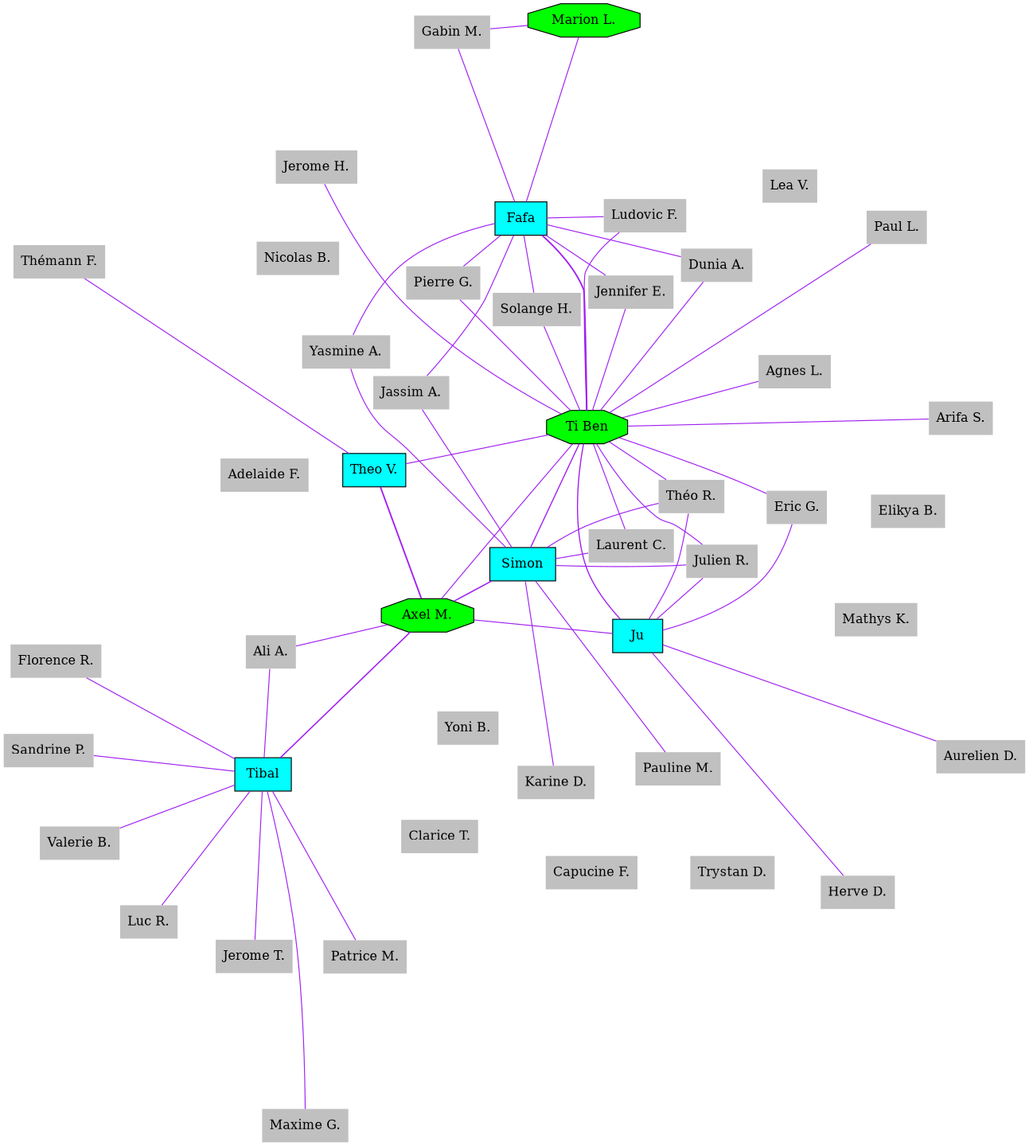
This is jumpers_BI-PLACES.dot.png from GuilhemRep/sauts, a Graphviz export, as it was before one commit. Its source is kept beside it as jumpers_BI-PLACES.dot.
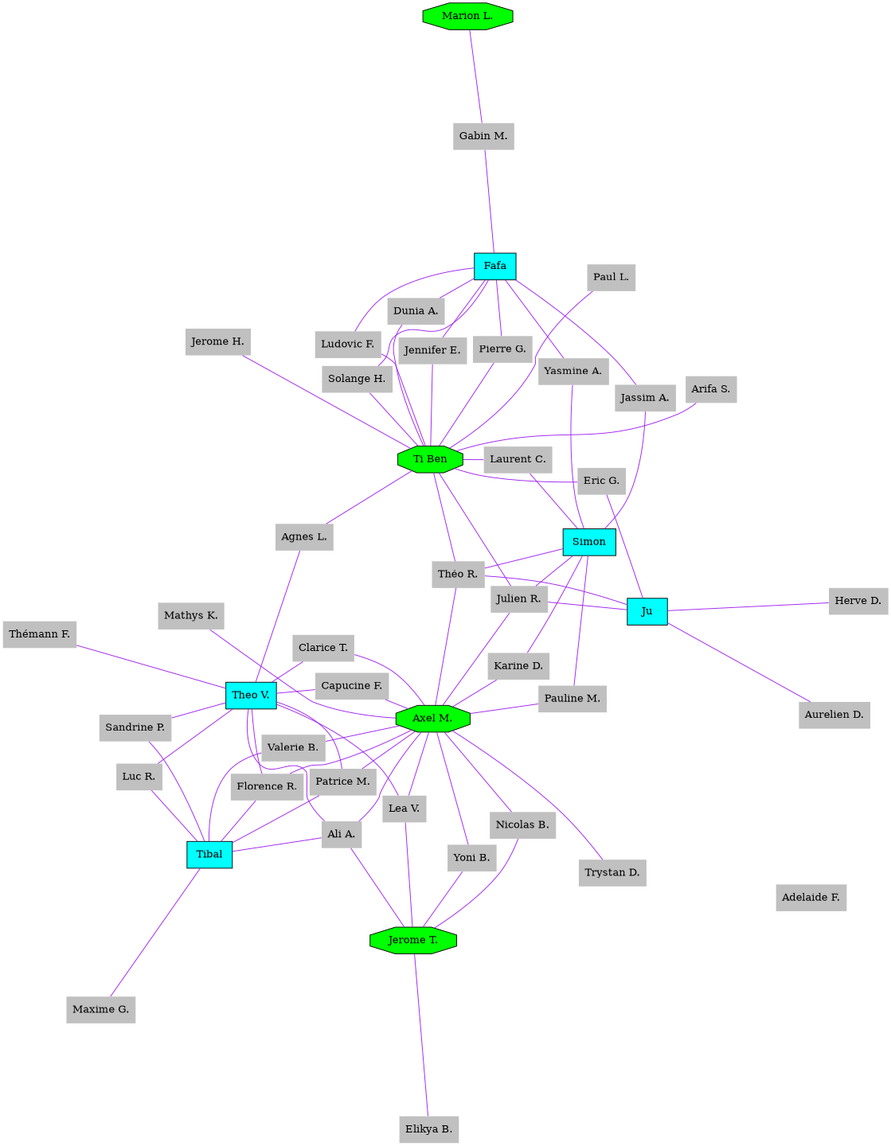
Later version of the same file.

Diff of the diagram source:
```diff
@@ -1,85 +1,83 @@
 graph Jumpers {
 	graph [overlap=false ratio=1 size="15,15" splines=true]
+	"Valerie B." [fillcolor=gray shape=none style=filled]
+	"Laurent C." [fillcolor=gray shape=none style=filled]
+	"Theo V." [fillcolor=cyan shape=rectangle style=filled]
+	"Jennifer E." [fillcolor=gray shape=none style=filled]
+	"Gabin M." [fillcolor=gray shape=none style=filled]
+	"Elikya B." [fillcolor=gray shape=none style=filled]
+	" Ju " [fillcolor=cyan shape=rectangle style=filled]
+	"Aurelien D." [fillcolor=gray shape=none style=filled]
+	"Capucine F." [fillcolor=gray shape=none style=filled]
+	"Pauline M." [fillcolor=gray shape=none style=filled]
 	" Simon " [fillcolor=cyan shape=rectangle style=filled]
+	"Sandrine P." [fillcolor=gray shape=none style=filled]
+	"Patrice M." [fillcolor=gray shape=none style=filled]
+	"Paul L." [fillcolor=gray shape=none style=filled]
+	"Agnes L." [fillcolor=gray shape=none style=filled]
 	"Yoni B." [fillcolor=gray shape=none style=filled]
+	"Arifa S." [fillcolor=gray shape=none style=filled]
+	"Ludovic F." [fillcolor=gray shape=none style=filled]
+	"Mathys K." [fillcolor=gray shape=none style=filled]
+	"Axel M." [fillcolor=green shape=octagon style=filled]
+	"Luc R." [fillcolor=gray shape=none style=filled]
+	" Tibal " [fillcolor=cyan shape=rectangle style=filled]
+	"Théo R." [fillcolor=gray shape=none style=filled]
+	"Yasmine A." [fillcolor=gray shape=none style=filled]
+	"Ti Ben" [fillcolor=green shape=octagon style=filled]
+	"Trystan D." [fillcolor=gray shape=none style=filled]
+	"Jassim A." [fillcolor=gray shape=none style=filled]
+	" Fafa " [fillcolor=cyan shape=rectangle style=filled]
+	"Jerome T." [fillcolor=green shape=octagon style=filled]
+	"Herve D." [fillcolor=gray shape=none style=filled]
+	"Ali A." [fillcolor=gray shape=none style=filled]
+	"Florence R." [fillcolor=gray shape=none style=filled]
+	"Thémann F." [fillcolor=gray shape=none style=filled]
+	"Solange H." [fillcolor=gray shape=none style=filled]
+	"Pierre G." [fillcolor=gray shape=none style=filled]
+	"Maxime G." [fillcolor=gray shape=none style=filled]
+	"Nicolas B." [fillcolor=gray shape=none style=filled]
 	"Eric G." [fillcolor=gray shape=none style=filled]
-	"Luc R." [fillcolor=gray shape=none style=filled]
-	"Nicolas B." [fillcolor=gray shape=none style=filled]
-	" Fafa " [fillcolor=cyan shape=rectangle style=filled]
-	"Agnes L." [fillcolor=gray shape=none style=filled]
+	"Marion L." [fillcolor=green shape=octagon style=filled]
+	"Karine D." [fillcolor=gray shape=none style=filled]
 	"Jerome H." [fillcolor=gray shape=none style=filled]
-	"Valerie B." [fillcolor=gray shape=none style=filled]
-	"Herve D." [fillcolor=gray shape=none style=filled]
-	"Solange H." [fillcolor=gray shape=none style=filled]
-	"Pauline M." [fillcolor=gray shape=none style=filled]
-	"Jerome T." [fillcolor=gray shape=none style=filled]
-	"Sandrine P." [fillcolor=gray shape=none style=filled]
-	"Arifa S." [fillcolor=gray shape=none style=filled]
 	"Dunia A." [fillcolor=gray shape=none style=filled]
+	"Clarice T." [fillcolor=gray shape=none style=filled]
+	"Lea V." [fillcolor=gray shape=none style=filled]
 	"Adelaide F." [fillcolor=gray shape=none style=filled]
-	"Yasmine A." [fillcolor=gray shape=none style=filled]
-	"Patrice M." [fillcolor=gray shape=none style=filled]
 	"Julien R." [fillcolor=gray shape=none style=filled]
-	"Theo V." [fillcolor=cyan shape=rectangle style=filled]
-	"Jassim A." [fillcolor=gray shape=none style=filled]
-	"Gabin M." [fillcolor=gray shape=none style=filled]
-	"Ti Ben" [fillcolor=green shape=octagon style=filled]
-	" Tibal " [fillcolor=cyan shape=rectangle style=filled]
-	"Ludovic F." [fillcolor=gray shape=none style=filled]
-	"Paul L." [fillcolor=gray shape=none style=filled]
-	"Lea V." [fillcolor=gray shape=none style=filled]
-	"Florence R." [fillcolor=gray shape=none style=filled]
-	"Maxime G." [fillcolor=gray shape=none style=filled]
-	"Théo R." [fillcolor=gray shape=none style=filled]
-	"Clarice T." [fillcolor=gray shape=none style=filled]
-	"Ali A." [fillcolor=gray shape=none style=filled]
-	"Capucine F." [fillcolor=gray shape=none style=filled]
-	"Karine D." [fillcolor=gray shape=none style=filled]
-	"Trystan D." [fillcolor=gray shape=none style=filled]
-	"Mathys K." [fillcolor=gray shape=none style=filled]
-	"Elikya B." [fillcolor=gray shape=none style=filled]
-	"Marion L." [fillcolor=green shape=octagon style=filled]
-	"Axel M." [fillcolor=green shape=octagon style=filled]
-	"Jennifer E." [fillcolor=gray shape=none style=filled]
-	"Pierre G." [fillcolor=gray shape=none style=filled]
-	"Thémann F." [fillcolor=gray shape=none style=filled]
-	" Ju " [fillcolor=cyan shape=rectangle style=filled]
-	"Laurent C." [fillcolor=gray shape=none style=filled]
-	"Aurelien D." [fillcolor=gray shape=none style=filled]
 	" Ju " -- "Herve D." [color=purple len=1.5 penwidth=1.0]
 	" Fafa " -- "Jennifer E." [color=purple len=1.0 penwidth=1.0]
 	"Jennifer E." -- "Ti Ben" [color=purple len=1.0 penwidth=1.0]
-	" Fafa " -- "Ti Ben" [color=purple len=1.0 penwidth=1.618033988749895]
 	" Fafa " -- "Dunia A." [color=purple len=1.0 penwidth=1.0]
 	"Dunia A." -- "Ti Ben" [color=purple len=1.0 penwidth=1.0]
 	" Ju " -- "Eric G." [color=purple len=1.0 penwidth=1.0]
 	"Eric G." -- "Ti Ben" [color=purple len=1.0 penwidth=1.0]
-	" Ju " -- "Ti Ben" [color=purple len=1.0 penwidth=1.2071067811865475]
 	" Ju " -- "Aurelien D." [color=purple len=1.5 penwidth=1.0]
-	"Axel M." -- "Theo V." [color=purple len=1.0 penwidth=1.618033988749895]
+	"Capucine F." -- "Theo V." [color=purple len=1.0 penwidth=1.0]
+	"Axel M." -- "Capucine F." [color=purple len=1.0 penwidth=1.0]
 	" Fafa " -- "Ludovic F." [color=purple len=1.0 penwidth=1.0]
 	"Ludovic F." -- "Ti Ben" [color=purple len=1.0 penwidth=1.0]
 	" Fafa " -- "Solange H." [color=purple len=1.0 penwidth=1.0]
 	"Solange H." -- "Ti Ben" [color=purple len=1.0 penwidth=1.0]
 	" Simon " -- "Karine D." [color=purple len=1.0 penwidth=1.0]
-	" Simon " -- "Axel M." [color=purple len=1.0 penwidth=1.3660254037844386]
+	"Axel M." -- "Karine D." [color=purple len=1.0 penwidth=1.0]
 	" Fafa " -- "Pierre G." [color=purple len=1.0 penwidth=1.0]
 	"Pierre G." -- "Ti Ben" [color=purple len=1.0 penwidth=1.0]
+	"Agnes L." -- "Theo V." [color=purple len=1.0 penwidth=1.0]
 	"Agnes L." -- "Ti Ben" [color=purple len=1.0 penwidth=1.0]
-	"Theo V." -- "Ti Ben" [color=purple len=1.0 penwidth=1.0]
 	" Simon " -- "Pauline M." [color=purple len=1.0 penwidth=1.0]
+	"Axel M." -- "Pauline M." [color=purple len=1.0 penwidth=1.0]
 	" Fafa " -- "Gabin M." [color=purple len=1.0 penwidth=1.0]
 	"Gabin M." -- "Marion L." [color=purple len=1.0 penwidth=1.0]
-	" Fafa " -- "Marion L." [color=purple len=1.0 penwidth=1.0]
 	" Ju " -- "Théo R." [color=purple len=1.0 penwidth=1.0]
 	"Théo R." -- "Ti Ben" [color=purple len=1.0 penwidth=1.0]
 	" Simon " -- "Théo R." [color=purple len=1.0 penwidth=1.0]
+	"Axel M." -- "Théo R." [color=purple len=1.0 penwidth=1.0]
 	" Ju " -- "Julien R." [color=purple len=1.0 penwidth=1.0]
-	" Ju " -- "Axel M." [color=purple len=1.0 penwidth=1.0]
 	"Julien R." -- "Ti Ben" [color=purple len=1.0 penwidth=1.0]
-	" Simon " -- "Ti Ben" [color=purple len=1.0 penwidth=1.2071067811865475]
-	"Axel M." -- "Ti Ben" [color=purple len=1.0 penwidth=1.0]
 	" Simon " -- "Julien R." [color=purple len=1.0 penwidth=1.0]
+	"Axel M." -- "Julien R." [color=purple len=1.0 penwidth=1.0]
 	" Simon " -- "Jassim A." [color=purple len=1.0 penwidth=1.0]
 	" Fafa " -- "Jassim A." [color=purple len=1.0 penwidth=1.0]
 	" Simon " -- "Yasmine A." [color=purple len=1.0 penwidth=1.0]
@@ -88,16 +86,35 @@
 	"Laurent C." -- "Ti Ben" [color=purple len=1.0 penwidth=1.0]
 	"Theo V." -- "Thémann F." [color=purple len=1.5 penwidth=1.0]
 	"Paul L." -- "Ti Ben" [color=purple len=1.5 penwidth=1.0]
+	"Clarice T." -- "Theo V." [color=purple len=1.0 penwidth=1.0]
+	"Axel M." -- "Clarice T." [color=purple len=1.0 penwidth=1.0]
+	"Jerome T." -- "Lea V." [color=purple len=1.0 penwidth=1.0]
+	"Lea V." -- "Theo V." [color=purple len=1.0 penwidth=1.0]
+	"Axel M." -- "Lea V." [color=purple len=1.0 penwidth=1.0]
+	"Luc R." -- "Theo V." [color=purple len=1.0 penwidth=1.0]
+	"Sandrine P." -- "Theo V." [color=purple len=1.0 penwidth=1.0]
 	" Tibal " -- "Luc R." [color=purple len=1.0 penwidth=1.0]
 	" Tibal " -- "Sandrine P." [color=purple len=1.0 penwidth=1.0]
 	"Arifa S." -- "Ti Ben" [color=purple len=1.5 penwidth=1.0]
 	"Jerome H." -- "Ti Ben" [color=purple len=1.5 penwidth=1.0]
-	" Tibal " -- "Axel M." [color=purple len=1.0 penwidth=1.3660254037844386]
+	"Axel M." -- "Trystan D." [color=purple len=1.5 penwidth=1.0]
 	" Tibal " -- "Ali A." [color=purple len=1.0 penwidth=1.0]
-	" Tibal " -- "Jerome T." [color=purple len=1.0 penwidth=1.0]
 	"Ali A." -- "Axel M." [color=purple len=1.0 penwidth=1.0]
+	"Ali A." -- "Theo V." [color=purple len=1.0 penwidth=1.0]
+	"Ali A." -- "Jerome T." [color=purple len=1.0 penwidth=1.0]
+	"Jerome T." -- "Nicolas B." [color=purple len=1.0 penwidth=1.0]
+	"Axel M." -- "Nicolas B." [color=purple len=1.0 penwidth=1.0]
+	"Jerome T." -- "Yoni B." [color=purple len=1.0 penwidth=1.0]
+	"Axel M." -- "Yoni B." [color=purple len=1.0 penwidth=1.0]
+	"Axel M." -- "Mathys K." [color=purple len=1.5 penwidth=1.0]
 	" Tibal " -- "Valerie B." [color=purple len=1.0 penwidth=1.0]
+	"Axel M." -- "Valerie B." [color=purple len=1.0 penwidth=1.0]
+	"Elikya B." -- "Jerome T." [color=purple len=1.5 penwidth=1.0]
+	"Patrice M." -- "Theo V." [color=purple len=1.0 penwidth=1.0]
+	"Axel M." -- "Patrice M." [color=purple len=1.0 penwidth=1.0]
 	" Tibal " -- "Patrice M." [color=purple len=1.0 penwidth=1.0]
+	"Florence R." -- "Theo V." [color=purple len=1.0 penwidth=1.0]
+	"Axel M." -- "Florence R." [color=purple len=1.0 penwidth=1.0]
 	" Tibal " -- "Florence R." [color=purple len=1.0 penwidth=1.0]
 	" Tibal " -- "Maxime G." [color=purple len=1.5 penwidth=1.0]
 }
```
